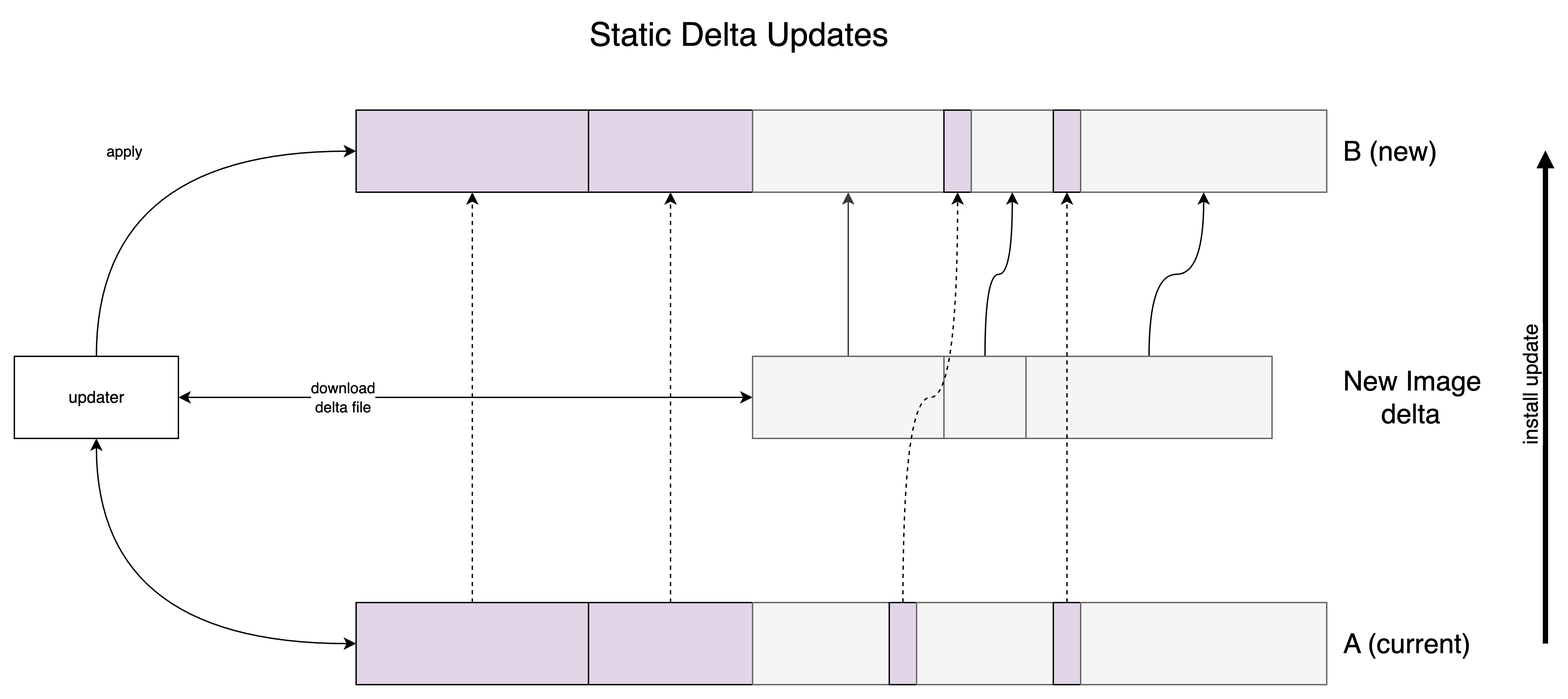
Before: demos/2025-07-30/slides/static-updates.drawio.png, a diagram exported from draw.io (thin-edge/tedge-public-demos). Source tidied: cells renumbered, new cells last; positions are measured from the earlier drawing's top-left corner, leaving out a move shared by most shapes. The source it was exported from:
```xml
<mxGraphModel>
  <root>
    <mxCell id="0" />
    <mxCell id="1" parent="0" />
    <mxCell id="2" style="rounded=0;whiteSpace=wrap;html=1;fillStyle=auto;fillColor=#e1d5e7;strokeColor=default;" parent="1" vertex="1">
      <mxGeometry x="420" y="430" width="120" height="60" as="geometry" />
    </mxCell>
    <mxCell id="3" style="edgeStyle=orthogonalEdgeStyle;rounded=0;jettySize=auto;html=1;jumpStyle=arc;entryX=0.5;entryY=1;entryDx=0;entryDy=0;dashed=1;" parent="1" edge="1" source="4" target="30">
      <mxGeometry x="-0.6" relative="1" as="geometry" />
    </mxCell>
    <mxCell id="4" style="rounded=0;whiteSpace=wrap;html=1;fillColor=#e1d5e7;strokeColor=default;" parent="1" vertex="1">
      <mxGeometry x="250" y="430" width="170" height="60" as="geometry" />
    </mxCell>
    <mxCell id="5" style="rounded=0;whiteSpace=wrap;html=1;fillColor=#f5f5f5;fontColor=#333333;strokeColor=#666666;" parent="1" vertex="1">
      <mxGeometry x="540" y="430" width="100" height="60" as="geometry" />
    </mxCell>
    <mxCell id="6" style="rounded=0;whiteSpace=wrap;html=1;fillStyle=auto;fillColor=#e1d5e7;strokeColor=default;" parent="1" vertex="1">
      <mxGeometry x="640" y="430" width="20" height="60" as="geometry" />
    </mxCell>
    <mxCell id="7" style="rounded=0;whiteSpace=wrap;html=1;fillColor=#f5f5f5;fontColor=#333333;strokeColor=#666666;" parent="1" vertex="1">
      <mxGeometry x="660" y="430" width="100" height="60" as="geometry" />
    </mxCell>
    <mxCell id="8" style="rounded=0;whiteSpace=wrap;html=1;fillStyle=auto;fillColor=#e1d5e7;strokeColor=default;" parent="1" vertex="1">
      <mxGeometry x="760" y="430" width="20" height="60" as="geometry" />
    </mxCell>
    <mxCell id="9" style="rounded=0;whiteSpace=wrap;html=1;fillColor=#f5f5f5;fontColor=#333333;strokeColor=#666666;" parent="1" vertex="1">
      <mxGeometry x="780" y="430" width="180" height="60" as="geometry" />
    </mxCell>
    <mxCell id="10" value="A (current)" style="text;html=1;align=left;verticalAlign=middle;whiteSpace=wrap;rounded=0;fontSize=20;" parent="1" vertex="1">
      <mxGeometry x="970" y="445" width="140" height="30" as="geometry" />
    </mxCell>
    <mxCell id="11" value="download&lt;div&gt;delta file&lt;/div&gt;" style="edgeStyle=orthogonalEdgeStyle;rounded=0;jettySize=auto;html=1;exitX=0;exitY=0.5;exitDx=0;exitDy=0;entryX=1;entryY=0.5;entryDx=0;entryDy=0;curved=1;startArrow=classic;startFill=1;" parent="1" edge="1" source="13" target="23">
      <mxGeometry x="0.43" relative="1" as="geometry" />
    </mxCell>
    <mxCell id="12" style="edgeStyle=orthogonalEdgeStyle;rounded=0;jettySize=auto;html=1;entryX=0.5;entryY=1;entryDx=0;entryDy=0;fillColor=#cdeb8b;strokeColor=#36393d;curved=1;" parent="1" edge="1" source="13" target="25">
      <mxGeometry relative="1" as="geometry" />
    </mxCell>
    <mxCell id="13" style="rounded=0;whiteSpace=wrap;html=1;fillColor=#f5f5f5;strokeColor=#666666;fontColor=#333333;" parent="1" vertex="1">
      <mxGeometry x="540" y="250" width="140" height="60" as="geometry" />
    </mxCell>
    <mxCell id="14" style="edgeStyle=orthogonalEdgeStyle;rounded=0;jettySize=auto;html=1;entryX=0.5;entryY=1;entryDx=0;entryDy=0;curved=1;" parent="1" edge="1" source="15" target="27">
      <mxGeometry relative="1" as="geometry" />
    </mxCell>
    <mxCell id="15" style="rounded=0;whiteSpace=wrap;html=1;fillColor=#f5f5f5;fontColor=#333333;strokeColor=#666666;" parent="1" vertex="1">
      <mxGeometry x="680" y="250" width="60" height="60" as="geometry" />
    </mxCell>
    <mxCell id="16" style="edgeStyle=orthogonalEdgeStyle;rounded=0;jettySize=auto;html=1;entryX=0.5;entryY=1;entryDx=0;entryDy=0;curved=1;" parent="1" edge="1" source="17" target="29">
      <mxGeometry relative="1" as="geometry" />
    </mxCell>
    <mxCell id="17" style="rounded=0;whiteSpace=wrap;html=1;fillColor=#f5f5f5;fontColor=#333333;strokeColor=#666666;" parent="1" vertex="1">
      <mxGeometry x="740" y="250" width="180" height="60" as="geometry" />
    </mxCell>
    <mxCell id="18" style="rounded=0;whiteSpace=wrap;html=1;" parent="1" vertex="1">
      <mxGeometry x="250" y="70" width="710" height="60" as="geometry" />
    </mxCell>
    <mxCell id="19" value="New Image&lt;div&gt;&amp;nbsp; &amp;nbsp; &amp;nbsp;delta&lt;/div&gt;" style="text;html=1;align=left;verticalAlign=middle;whiteSpace=wrap;rounded=0;fontSize=20;" parent="1" vertex="1">
      <mxGeometry x="970" y="265" width="140" height="30" as="geometry" />
    </mxCell>
    <mxCell id="20" style="edgeStyle=orthogonalEdgeStyle;rounded=0;jettySize=auto;html=1;entryX=0;entryY=0.5;entryDx=0;entryDy=0;curved=1;exitX=0.5;exitY=1;exitDx=0;exitDy=0;startArrow=classic;startFill=1;" parent="1" edge="1" source="23" target="4">
      <mxGeometry relative="1" as="geometry" />
    </mxCell>
    <mxCell id="21" value="apply" style="edgeStyle=orthogonalEdgeStyle;rounded=0;jettySize=auto;html=1;entryX=0;entryY=0.5;entryDx=0;entryDy=0;curved=1;exitX=0.5;exitY=0;exitDx=0;exitDy=0;" parent="1" edge="1" source="23" target="18">
      <mxGeometry relative="1" as="geometry" />
    </mxCell>
    <mxCell id="22" value="B (new)" style="text;html=1;align=left;verticalAlign=middle;whiteSpace=wrap;rounded=0;fontSize=20;" parent="1" vertex="1">
      <mxGeometry x="970" y="85" width="110" height="30" as="geometry" />
    </mxCell>
    <mxCell id="23" value="updater" style="rounded=0;whiteSpace=wrap;html=1;" parent="1" vertex="1">
      <mxGeometry y="250" width="120" height="60" as="geometry" />
    </mxCell>
    <mxCell id="24" style="rounded=0;whiteSpace=wrap;html=1;fillStyle=auto;fillColor=#e1d5e7;strokeColor=default;" parent="1" vertex="1">
      <mxGeometry x="420" y="70" width="120" height="60" as="geometry" />
    </mxCell>
    <mxCell id="25" style="rounded=0;whiteSpace=wrap;html=1;fillColor=#f5f5f5;strokeColor=#666666;fontColor=#333333;" parent="1" vertex="1">
      <mxGeometry x="540" y="70" width="140" height="60" as="geometry" />
    </mxCell>
    <mxCell id="26" style="rounded=0;whiteSpace=wrap;html=1;fillStyle=auto;fillColor=#e1d5e7;strokeColor=default;" parent="1" vertex="1">
      <mxGeometry x="680" y="70" width="20" height="60" as="geometry" />
    </mxCell>
    <mxCell id="27" style="rounded=0;whiteSpace=wrap;html=1;fillColor=#f5f5f5;fontColor=#333333;strokeColor=#666666;" parent="1" vertex="1">
      <mxGeometry x="700" y="70" width="60" height="60" as="geometry" />
    </mxCell>
    <mxCell id="28" style="rounded=0;whiteSpace=wrap;html=1;fillStyle=auto;fillColor=#e1d5e7;strokeColor=default;" parent="1" vertex="1">
      <mxGeometry x="760" y="70" width="20" height="60" as="geometry" />
    </mxCell>
    <mxCell id="29" style="rounded=0;whiteSpace=wrap;html=1;fillColor=#f5f5f5;fontColor=#333333;strokeColor=#666666;" parent="1" vertex="1">
      <mxGeometry x="780" y="70" width="180" height="60" as="geometry" />
    </mxCell>
    <mxCell id="30" style="rounded=0;whiteSpace=wrap;html=1;fillColor=#e1d5e7;strokeColor=default;" parent="1" vertex="1">
      <mxGeometry x="250" y="70" width="170" height="60" as="geometry" />
    </mxCell>
    <mxCell id="31" style="edgeStyle=orthogonalEdgeStyle;rounded=0;jettySize=auto;html=1;entryX=0.5;entryY=1;entryDx=0;entryDy=0;dashed=1;curved=1;exitX=0.5;exitY=0;exitDx=0;exitDy=0;" parent="1" edge="1" source="6" target="26">
      <mxGeometry x="-0.6" y="1" relative="1" as="geometry" />
    </mxCell>
    <mxCell id="32" style="edgeStyle=none;rounded=0;jettySize=auto;html=1;entryX=0.5;entryY=1;entryDx=0;entryDy=0;dashed=1;" parent="1" edge="1" source="8" target="28">
      <mxGeometry x="-0.6" relative="1" as="geometry" />
    </mxCell>
    <mxCell id="33" style="edgeStyle=none;rounded=0;jettySize=auto;html=1;entryX=0.5;entryY=1;entryDx=0;entryDy=0;dashed=1;" parent="1" edge="1" source="2" target="24">
      <mxGeometry x="-0.6" relative="1" as="geometry" />
    </mxCell>
    <mxCell id="34" value="Static Delta Updates" style="text;html=1;align=center;verticalAlign=middle;whiteSpace=wrap;rounded=0;fontSize=24;fontStyle=0;" parent="1" vertex="1">
      <mxGeometry x="400" width="260" height="30" as="geometry" />
    </mxCell>
    <mxCell id="35" value="install update" style="shape=flexArrow;endArrow=classic;html=1;rounded=0;horizontal=0;width=2.916666666666667;endSize=3.5125;endWidth=7.534722222222222;fillColor=light-dark(#000000, #121212);gradientColor=none;fontSize=15;" parent="1" edge="1">
      <mxGeometry x="0.05" y="12" relative="1" as="geometry">
        <mxPoint x="1120" y="460" as="sourcePoint" />
        <mxPoint x="1120" y="100" as="targetPoint" />
      </mxGeometry>
    </mxCell>
  </root>
</mxGraphModel>
```
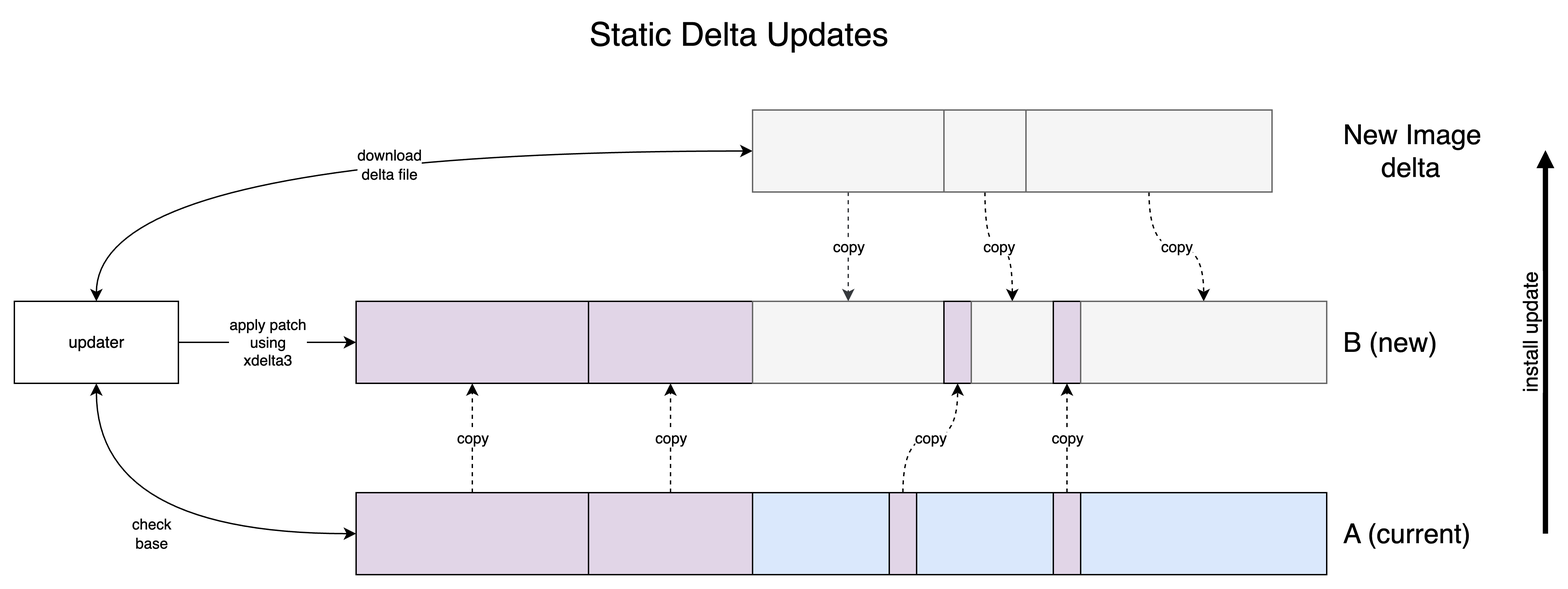
Later version of the same file.

What changed in the source:
```diff
@@ -5,106 +5,106 @@
     <mxCell id="2" style="rounded=0;whiteSpace=wrap;html=1;fillStyle=auto;fillColor=#e1d5e7;strokeColor=default;" parent="1" vertex="1">
       <mxGeometry x="420" y="430" width="120" height="60" as="geometry" />
     </mxCell>
-    <mxCell id="3" style="edgeStyle=orthogonalEdgeStyle;rounded=0;jettySize=auto;html=1;jumpStyle=arc;entryX=0.5;entryY=1;entryDx=0;entryDy=0;dashed=1;" parent="1" edge="1" source="4" target="30">
-      <mxGeometry x="-0.6" relative="1" as="geometry" />
+    <mxCell id="3" value="copy" style="edgeStyle=orthogonalEdgeStyle;rounded=0;jettySize=auto;html=1;jumpStyle=arc;entryX=0.5;entryY=1;entryDx=0;entryDy=0;dashed=1;" parent="1" edge="1" source="4" target="30">
+      <mxGeometry relative="1" as="geometry" />
     </mxCell>
     <mxCell id="4" style="rounded=0;whiteSpace=wrap;html=1;fillColor=#e1d5e7;strokeColor=default;" parent="1" vertex="1">
       <mxGeometry x="250" y="430" width="170" height="60" as="geometry" />
     </mxCell>
-    <mxCell id="5" style="rounded=0;whiteSpace=wrap;html=1;fillColor=#f5f5f5;fontColor=#333333;strokeColor=#666666;" parent="1" vertex="1">
+    <mxCell id="5" style="rounded=0;whiteSpace=wrap;html=1;fillColor=#dae8fc;strokeColor=default;" parent="1" vertex="1">
       <mxGeometry x="540" y="430" width="100" height="60" as="geometry" />
     </mxCell>
     <mxCell id="6" style="rounded=0;whiteSpace=wrap;html=1;fillStyle=auto;fillColor=#e1d5e7;strokeColor=default;" parent="1" vertex="1">
       <mxGeometry x="640" y="430" width="20" height="60" as="geometry" />
     </mxCell>
-    <mxCell id="7" style="rounded=0;whiteSpace=wrap;html=1;fillColor=#f5f5f5;fontColor=#333333;strokeColor=#666666;" parent="1" vertex="1">
+    <mxCell id="7" style="rounded=0;whiteSpace=wrap;html=1;fillColor=#dae8fc;strokeColor=default;" parent="1" vertex="1">
       <mxGeometry x="660" y="430" width="100" height="60" as="geometry" />
     </mxCell>
     <mxCell id="8" style="rounded=0;whiteSpace=wrap;html=1;fillStyle=auto;fillColor=#e1d5e7;strokeColor=default;" parent="1" vertex="1">
       <mxGeometry x="760" y="430" width="20" height="60" as="geometry" />
     </mxCell>
-    <mxCell id="9" style="rounded=0;whiteSpace=wrap;html=1;fillColor=#f5f5f5;fontColor=#333333;strokeColor=#666666;" parent="1" vertex="1">
+    <mxCell id="9" style="rounded=0;whiteSpace=wrap;html=1;fillColor=#dae8fc;strokeColor=default;" parent="1" vertex="1">
       <mxGeometry x="780" y="430" width="180" height="60" as="geometry" />
     </mxCell>
     <mxCell id="10" value="A (current)" style="text;html=1;align=left;verticalAlign=middle;whiteSpace=wrap;rounded=0;fontSize=20;" parent="1" vertex="1">
       <mxGeometry x="970" y="445" width="140" height="30" as="geometry" />
     </mxCell>
-    <mxCell id="11" value="download&lt;div&gt;delta file&lt;/div&gt;" style="edgeStyle=orthogonalEdgeStyle;rounded=0;jettySize=auto;html=1;exitX=0;exitY=0.5;exitDx=0;exitDy=0;entryX=1;entryY=0.5;entryDx=0;entryDy=0;curved=1;startArrow=classic;startFill=1;" parent="1" edge="1" source="13" target="23">
-      <mxGeometry x="0.43" relative="1" as="geometry" />
+    <mxCell id="11" value="download&lt;div&gt;delta file&lt;/div&gt;" style="edgeStyle=orthogonalEdgeStyle;rounded=0;jettySize=auto;html=1;exitX=0;exitY=0.5;exitDx=0;exitDy=0;entryX=0.5;entryY=0;entryDx=0;entryDy=0;curved=1;startArrow=classic;startFill=1;" parent="1" edge="1" source="13" target="23">
+      <mxGeometry x="-0.1" y="10" relative="1" as="geometry" />
     </mxCell>
-    <mxCell id="12" style="edgeStyle=orthogonalEdgeStyle;rounded=0;jettySize=auto;html=1;entryX=0.5;entryY=1;entryDx=0;entryDy=0;fillColor=#cdeb8b;strokeColor=#36393d;curved=1;" parent="1" edge="1" source="13" target="25">
+    <mxCell id="12" value="copy" style="edgeStyle=orthogonalEdgeStyle;rounded=0;jettySize=auto;html=1;entryX=0.5;entryY=0;entryDx=0;entryDy=0;fillColor=#cdeb8b;strokeColor=#36393d;curved=1;dashed=1;" parent="1" edge="1" source="13" target="25">
       <mxGeometry relative="1" as="geometry" />
     </mxCell>
     <mxCell id="13" style="rounded=0;whiteSpace=wrap;html=1;fillColor=#f5f5f5;strokeColor=#666666;fontColor=#333333;" parent="1" vertex="1">
-      <mxGeometry x="540" y="250" width="140" height="60" as="geometry" />
+      <mxGeometry x="540" y="150" width="140" height="60" as="geometry" />
     </mxCell>
-    <mxCell id="14" style="edgeStyle=orthogonalEdgeStyle;rounded=0;jettySize=auto;html=1;entryX=0.5;entryY=1;entryDx=0;entryDy=0;curved=1;" parent="1" edge="1" source="15" target="27">
+    <mxCell id="14" value="copy" style="edgeStyle=orthogonalEdgeStyle;rounded=0;jettySize=auto;html=1;entryX=0.5;entryY=0;entryDx=0;entryDy=0;curved=1;dashed=1;" parent="1" edge="1" source="15" target="27">
       <mxGeometry relative="1" as="geometry" />
     </mxCell>
     <mxCell id="15" style="rounded=0;whiteSpace=wrap;html=1;fillColor=#f5f5f5;fontColor=#333333;strokeColor=#666666;" parent="1" vertex="1">
-      <mxGeometry x="680" y="250" width="60" height="60" as="geometry" />
+      <mxGeometry x="680" y="150" width="60" height="60" as="geometry" />
     </mxCell>
-    <mxCell id="16" style="edgeStyle=orthogonalEdgeStyle;rounded=0;jettySize=auto;html=1;entryX=0.5;entryY=1;entryDx=0;entryDy=0;curved=1;" parent="1" edge="1" source="17" target="29">
+    <mxCell id="16" value="copy" style="edgeStyle=orthogonalEdgeStyle;rounded=0;jettySize=auto;html=1;entryX=0.5;entryY=0;entryDx=0;entryDy=0;curved=1;dashed=1;" parent="1" edge="1" source="17" target="29">
       <mxGeometry relative="1" as="geometry" />
     </mxCell>
     <mxCell id="17" style="rounded=0;whiteSpace=wrap;html=1;fillColor=#f5f5f5;fontColor=#333333;strokeColor=#666666;" parent="1" vertex="1">
-      <mxGeometry x="740" y="250" width="180" height="60" as="geometry" />
+      <mxGeometry x="740" y="150" width="180" height="60" as="geometry" />
     </mxCell>
     <mxCell id="18" style="rounded=0;whiteSpace=wrap;html=1;" parent="1" vertex="1">
-      <mxGeometry x="250" y="70" width="710" height="60" as="geometry" />
+      <mxGeometry x="250" y="290" width="710" height="60" as="geometry" />
     </mxCell>
     <mxCell id="19" value="New Image&lt;div&gt;&amp;nbsp; &amp;nbsp; &amp;nbsp;delta&lt;/div&gt;" style="text;html=1;align=left;verticalAlign=middle;whiteSpace=wrap;rounded=0;fontSize=20;" parent="1" vertex="1">
-      <mxGeometry x="970" y="265" width="140" height="30" as="geometry" />
+      <mxGeometry x="970" y="165" width="140" height="30" as="geometry" />
     </mxCell>
-    <mxCell id="20" style="edgeStyle=orthogonalEdgeStyle;rounded=0;jettySize=auto;html=1;entryX=0;entryY=0.5;entryDx=0;entryDy=0;curved=1;exitX=0.5;exitY=1;exitDx=0;exitDy=0;startArrow=classic;startFill=1;" parent="1" edge="1" source="23" target="4">
+    <mxCell id="20" value="check&lt;div&gt;base&lt;/div&gt;" style="edgeStyle=orthogonalEdgeStyle;rounded=0;jettySize=auto;html=1;entryX=0;entryY=0.5;entryDx=0;entryDy=0;curved=1;exitX=0.5;exitY=1;exitDx=0;exitDy=0;startArrow=classic;startFill=1;" parent="1" edge="1" source="23" target="4">
       <mxGeometry relative="1" as="geometry" />
     </mxCell>
-    <mxCell id="21" value="apply" style="edgeStyle=orthogonalEdgeStyle;rounded=0;jettySize=auto;html=1;entryX=0;entryY=0.5;entryDx=0;entryDy=0;curved=1;exitX=0.5;exitY=0;exitDx=0;exitDy=0;" parent="1" edge="1" source="23" target="18">
+    <mxCell id="21" value="apply patch&lt;div&gt;using&lt;/div&gt;&lt;div&gt;xdelta3&lt;/div&gt;" style="edgeStyle=orthogonalEdgeStyle;rounded=0;jettySize=auto;html=1;entryX=0;entryY=0.5;entryDx=0;entryDy=0;curved=1;exitX=1;exitY=0.5;exitDx=0;exitDy=0;" parent="1" edge="1" source="23" target="18">
       <mxGeometry relative="1" as="geometry" />
     </mxCell>
     <mxCell id="22" value="B (new)" style="text;html=1;align=left;verticalAlign=middle;whiteSpace=wrap;rounded=0;fontSize=20;" parent="1" vertex="1">
-      <mxGeometry x="970" y="85" width="110" height="30" as="geometry" />
+      <mxGeometry x="970" y="305" width="110" height="30" as="geometry" />
     </mxCell>
     <mxCell id="23" value="updater" style="rounded=0;whiteSpace=wrap;html=1;" parent="1" vertex="1">
-      <mxGeometry y="250" width="120" height="60" as="geometry" />
+      <mxGeometry y="290" width="120" height="60" as="geometry" />
     </mxCell>
     <mxCell id="24" style="rounded=0;whiteSpace=wrap;html=1;fillStyle=auto;fillColor=#e1d5e7;strokeColor=default;" parent="1" vertex="1">
-      <mxGeometry x="420" y="70" width="120" height="60" as="geometry" />
+      <mxGeometry x="420" y="290" width="120" height="60" as="geometry" />
     </mxCell>
     <mxCell id="25" style="rounded=0;whiteSpace=wrap;html=1;fillColor=#f5f5f5;strokeColor=#666666;fontColor=#333333;" parent="1" vertex="1">
-      <mxGeometry x="540" y="70" width="140" height="60" as="geometry" />
+      <mxGeometry x="540" y="290" width="140" height="60" as="geometry" />
     </mxCell>
     <mxCell id="26" style="rounded=0;whiteSpace=wrap;html=1;fillStyle=auto;fillColor=#e1d5e7;strokeColor=default;" parent="1" vertex="1">
-      <mxGeometry x="680" y="70" width="20" height="60" as="geometry" />
+      <mxGeometry x="680" y="290" width="20" height="60" as="geometry" />
     </mxCell>
     <mxCell id="27" style="rounded=0;whiteSpace=wrap;html=1;fillColor=#f5f5f5;fontColor=#333333;strokeColor=#666666;" parent="1" vertex="1">
-      <mxGeometry x="700" y="70" width="60" height="60" as="geometry" />
+      <mxGeometry x="700" y="290" width="60" height="60" as="geometry" />
     </mxCell>
     <mxCell id="28" style="rounded=0;whiteSpace=wrap;html=1;fillStyle=auto;fillColor=#e1d5e7;strokeColor=default;" parent="1" vertex="1">
-      <mxGeometry x="760" y="70" width="20" height="60" as="geometry" />
+      <mxGeometry x="760" y="290" width="20" height="60" as="geometry" />
     </mxCell>
     <mxCell id="29" style="rounded=0;whiteSpace=wrap;html=1;fillColor=#f5f5f5;fontColor=#333333;strokeColor=#666666;" parent="1" vertex="1">
-      <mxGeometry x="780" y="70" width="180" height="60" as="geometry" />
+      <mxGeometry x="780" y="290" width="180" height="60" as="geometry" />
     </mxCell>
     <mxCell id="30" style="rounded=0;whiteSpace=wrap;html=1;fillColor=#e1d5e7;strokeColor=default;" parent="1" vertex="1">
-      <mxGeometry x="250" y="70" width="170" height="60" as="geometry" />
+      <mxGeometry x="250" y="290" width="170" height="60" as="geometry" />
     </mxCell>
-    <mxCell id="31" style="edgeStyle=orthogonalEdgeStyle;rounded=0;jettySize=auto;html=1;entryX=0.5;entryY=1;entryDx=0;entryDy=0;dashed=1;curved=1;exitX=0.5;exitY=0;exitDx=0;exitDy=0;" parent="1" edge="1" source="6" target="26">
-      <mxGeometry x="-0.6" y="1" relative="1" as="geometry" />
+    <mxCell id="31" value="copy" style="edgeStyle=orthogonalEdgeStyle;rounded=0;jettySize=auto;html=1;entryX=0.5;entryY=1;entryDx=0;entryDy=0;dashed=1;curved=1;exitX=0.5;exitY=0;exitDx=0;exitDy=0;" parent="1" edge="1" source="6" target="26">
+      <mxGeometry relative="1" as="geometry" />
     </mxCell>
-    <mxCell id="32" style="edgeStyle=none;rounded=0;jettySize=auto;html=1;entryX=0.5;entryY=1;entryDx=0;entryDy=0;dashed=1;" parent="1" edge="1" source="8" target="28">
-      <mxGeometry x="-0.6" relative="1" as="geometry" />
+    <mxCell id="32" value="copy" style="edgeStyle=none;rounded=0;jettySize=auto;html=1;entryX=0.5;entryY=1;entryDx=0;entryDy=0;dashed=1;" parent="1" edge="1" source="8" target="28">
+      <mxGeometry relative="1" as="geometry" />
     </mxCell>
-    <mxCell id="33" style="edgeStyle=none;rounded=0;jettySize=auto;html=1;entryX=0.5;entryY=1;entryDx=0;entryDy=0;dashed=1;" parent="1" edge="1" source="2" target="24">
-      <mxGeometry x="-0.6" relative="1" as="geometry" />
+    <mxCell id="33" value="copy" style="edgeStyle=none;rounded=0;jettySize=auto;html=1;entryX=0.5;entryY=1;entryDx=0;entryDy=0;dashed=1;" parent="1" edge="1" source="2" target="24">
+      <mxGeometry relative="1" as="geometry" />
     </mxCell>
     <mxCell id="34" value="Static Delta Updates" style="text;html=1;align=center;verticalAlign=middle;whiteSpace=wrap;rounded=0;fontSize=24;fontStyle=0;" parent="1" vertex="1">
-      <mxGeometry x="400" width="260" height="30" as="geometry" />
+      <mxGeometry x="400" y="80" width="260" height="30" as="geometry" />
     </mxCell>
     <mxCell id="35" value="install update" style="shape=flexArrow;endArrow=classic;html=1;rounded=0;horizontal=0;width=2.916666666666667;endSize=3.5125;endWidth=7.534722222222222;fillColor=light-dark(#000000, #121212);gradientColor=none;fontSize=15;" parent="1" edge="1">
       <mxGeometry x="0.05" y="12" relative="1" as="geometry">
         <mxPoint x="1120" y="460" as="sourcePoint" />
-        <mxPoint x="1120" y="100" as="targetPoint" />
+        <mxPoint x="1120" y="180" as="targetPoint" />
       </mxGeometry>
     </mxCell>
   </root>
```
